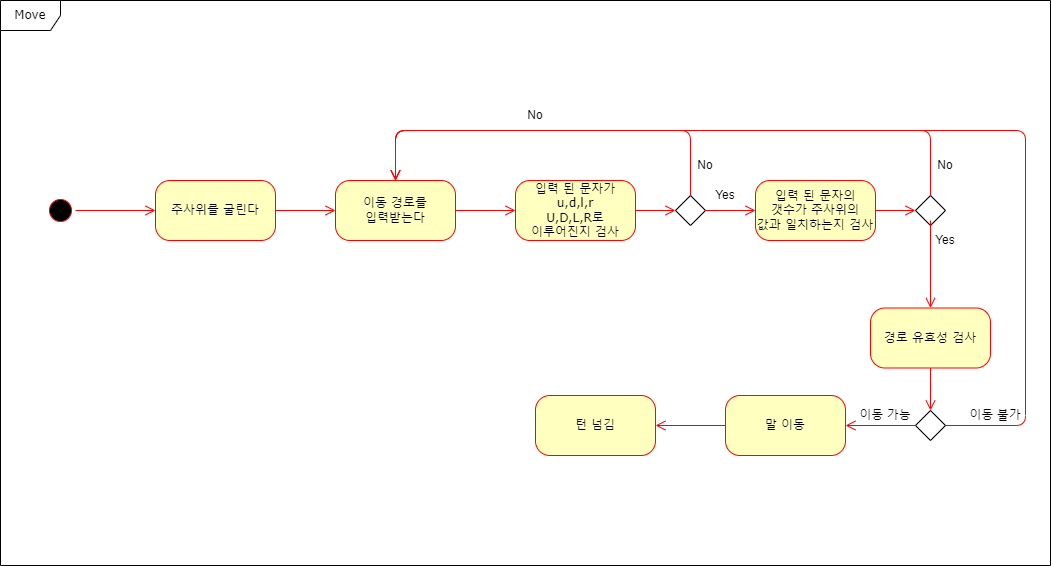
Before: diagram/액티비티다이어그램/Move.png, a diagram exported from draw.io (iGH01gi/SE_Term_Project). Source tidied: cells renumbered, new cells last; positions are measured from the earlier drawing's top-left corner, leaving out a move shared by most shapes. Source of this version:
```xml
<mxGraphModel>
  <root>
    <mxCell id="0" />
    <mxCell id="1" parent="0" />
    <mxCell id="2" value="Move" style="shape=umlFrame;whiteSpace=wrap;html=1;rounded=1;shadow=0;comic=0;labelBackgroundColor=none;strokeWidth=1;fontFamily=Verdana;fontSize=12;align=center;" parent="1" vertex="1">
      <mxGeometry width="1050" height="565" as="geometry" />
    </mxCell>
    <mxCell id="3" style="ellipse;html=1;shape=startState;fillColor=#000000;strokeColor=#ff0000;rounded=1;shadow=0;comic=0;labelBackgroundColor=none;fontFamily=Verdana;fontSize=12;fontColor=#000000;align=center;direction=south;" parent="1" vertex="1">
      <mxGeometry x="45" y="195" width="30" height="30" as="geometry" />
    </mxCell>
    <mxCell id="4" value="주사위를 굴린다" style="rounded=1;whiteSpace=wrap;html=1;arcSize=24;fillColor=#ffffc0;strokeColor=#ff0000;shadow=0;comic=0;labelBackgroundColor=none;fontFamily=Verdana;fontSize=12;fontColor=#000000;align=center;" parent="1" vertex="1">
      <mxGeometry x="155" y="180" width="120" height="60" as="geometry" />
    </mxCell>
    <mxCell id="5" value="이동 경로를&lt;br&gt;입력받는다" style="rounded=1;whiteSpace=wrap;html=1;arcSize=24;fillColor=#ffffc0;strokeColor=#ff0000;shadow=0;comic=0;labelBackgroundColor=none;fontFamily=Verdana;fontSize=12;fontColor=#000000;align=center;" parent="1" vertex="1">
      <mxGeometry x="335" y="180" width="120" height="60" as="geometry" />
    </mxCell>
    <mxCell id="6" style="edgeStyle=orthogonalEdgeStyle;html=1;labelBackgroundColor=none;endArrow=open;endSize=8;strokeColor=#ff0000;fontFamily=Verdana;fontSize=12;align=left;" parent="1" edge="1" source="3" target="4">
      <mxGeometry relative="1" as="geometry" />
    </mxCell>
    <mxCell id="7" style="edgeStyle=orthogonalEdgeStyle;html=1;exitX=1;exitY=0.5;labelBackgroundColor=none;endArrow=open;endSize=8;strokeColor=#ff0000;fontFamily=Verdana;fontSize=12;align=left;exitDx=0;exitDy=0;entryX=0;entryY=0.5;entryDx=0;entryDy=0;" parent="1" edge="1" source="4" target="5">
      <mxGeometry relative="1" as="geometry" />
    </mxCell>
    <mxCell id="8" style="edgeStyle=orthogonalEdgeStyle;html=1;labelBackgroundColor=none;endArrow=open;endSize=8;strokeColor=#ff0000;fontFamily=Verdana;fontSize=12;align=left;entryX=0;entryY=0.5;entryDx=0;entryDy=0;exitX=1;exitY=0.5;exitDx=0;exitDy=0;" parent="1" edge="1" source="5" target="9">
      <mxGeometry relative="1" as="geometry" />
    </mxCell>
    <mxCell id="9" value="입력 된 문자가&lt;br&gt;u,d,l,r&lt;br&gt;U,D,L,R로&lt;br&gt;이루어진지 검사" style="rounded=1;whiteSpace=wrap;html=1;arcSize=24;fillColor=#ffffc0;strokeColor=#ff0000;shadow=0;comic=0;labelBackgroundColor=none;fontFamily=Verdana;fontSize=12;fontColor=#000000;align=center;" parent="1" vertex="1">
      <mxGeometry x="515" y="180" width="120" height="60" as="geometry" />
    </mxCell>
    <mxCell id="10" style="edgeStyle=orthogonalEdgeStyle;html=1;labelBackgroundColor=none;endArrow=open;endSize=8;strokeColor=#ff0000;fontFamily=Verdana;fontSize=12;align=left;entryX=0;entryY=0.5;entryDx=0;entryDy=0;" parent="1" edge="1" target="11">
      <mxGeometry relative="1" as="geometry">
        <mxPoint x="635" y="210" as="sourcePoint" />
      </mxGeometry>
    </mxCell>
    <mxCell id="11" style="rhombus;whiteSpace=wrap;html=1;" parent="1" vertex="1">
      <mxGeometry x="675" y="195" width="30" height="30" as="geometry" />
    </mxCell>
    <mxCell id="12" style="edgeStyle=orthogonalEdgeStyle;html=1;labelBackgroundColor=none;endArrow=open;endSize=8;strokeColor=#ff0000;fontFamily=Verdana;fontSize=12;align=left;entryX=0.5;entryY=0;entryDx=0;entryDy=0;exitX=0.5;exitY=0;exitDx=0;exitDy=0;" parent="1" edge="1" source="11" target="5">
      <mxGeometry relative="1" as="geometry">
        <Array as="points">
          <mxPoint x="690" y="130" />
          <mxPoint x="395" y="130" />
        </Array>
      </mxGeometry>
    </mxCell>
    <mxCell id="13" value="No" style="text;html=1;strokeColor=none;fillColor=none;align=center;verticalAlign=middle;whiteSpace=wrap;rounded=0;" parent="1" vertex="1">
      <mxGeometry x="505" y="100" width="60" height="30" as="geometry" />
    </mxCell>
    <mxCell id="14" value="입력 된 문자의&lt;br&gt;갯수가 주사위의&lt;br&gt;값과 일치하는지 검사" style="rounded=1;whiteSpace=wrap;html=1;arcSize=24;fillColor=#ffffc0;strokeColor=#ff0000;shadow=0;comic=0;labelBackgroundColor=none;fontFamily=Verdana;fontSize=12;fontColor=#000000;align=center;" parent="1" vertex="1">
      <mxGeometry x="755" y="180" width="120" height="60" as="geometry" />
    </mxCell>
    <mxCell id="15" style="edgeStyle=orthogonalEdgeStyle;html=1;labelBackgroundColor=none;endArrow=open;endSize=8;strokeColor=#ff0000;fontFamily=Verdana;fontSize=12;align=left;entryX=0;entryY=0.5;entryDx=0;entryDy=0;" parent="1" edge="1" target="14">
      <mxGeometry relative="1" as="geometry">
        <mxPoint x="705" y="210" as="sourcePoint" />
      </mxGeometry>
    </mxCell>
    <mxCell id="16" value="Yes" style="text;html=1;strokeColor=none;fillColor=none;align=center;verticalAlign=middle;whiteSpace=wrap;rounded=0;" parent="1" vertex="1">
      <mxGeometry x="695" y="180" width="60" height="30" as="geometry" />
    </mxCell>
    <mxCell id="17" style="rhombus;whiteSpace=wrap;html=1;" parent="1" vertex="1">
      <mxGeometry x="915" y="195" width="30" height="30" as="geometry" />
    </mxCell>
    <mxCell id="18" style="edgeStyle=orthogonalEdgeStyle;html=1;labelBackgroundColor=none;endArrow=open;endSize=8;strokeColor=#ff0000;fontFamily=Verdana;fontSize=12;align=left;" parent="1" edge="1" target="17">
      <mxGeometry relative="1" as="geometry">
        <mxPoint x="875" y="210" as="sourcePoint" />
      </mxGeometry>
    </mxCell>
    <mxCell id="19" style="edgeStyle=orthogonalEdgeStyle;html=1;labelBackgroundColor=none;endArrow=open;endSize=8;strokeColor=#ff0000;fontFamily=Verdana;fontSize=12;align=left;entryX=0.5;entryY=0;entryDx=0;entryDy=0;exitX=0.5;exitY=0;exitDx=0;exitDy=0;" parent="1" edge="1" source="17" target="5">
      <mxGeometry relative="1" as="geometry">
        <Array as="points">
          <mxPoint x="930" y="130" />
          <mxPoint x="395" y="130" />
        </Array>
      </mxGeometry>
    </mxCell>
    <mxCell id="20" value="No" style="text;html=1;strokeColor=none;fillColor=none;align=center;verticalAlign=middle;whiteSpace=wrap;rounded=0;" parent="1" vertex="1">
      <mxGeometry x="915" y="150" width="60" height="30" as="geometry" />
    </mxCell>
    <mxCell id="21" value="경로 유효성 검사" style="rounded=1;whiteSpace=wrap;html=1;arcSize=24;fillColor=#ffffc0;strokeColor=#ff0000;shadow=0;comic=0;labelBackgroundColor=none;fontFamily=Verdana;fontSize=12;fontColor=#000000;align=center;" parent="1" vertex="1">
      <mxGeometry x="870" y="307.5" width="120" height="60" as="geometry" />
    </mxCell>
    <mxCell id="22" style="edgeStyle=orthogonalEdgeStyle;html=1;labelBackgroundColor=none;endArrow=open;endSize=8;strokeColor=#ff0000;fontFamily=Verdana;fontSize=12;align=left;entryX=0.5;entryY=0;entryDx=0;entryDy=0;" parent="1" edge="1" target="21">
      <mxGeometry relative="1" as="geometry">
        <mxPoint x="930" y="220" as="sourcePoint" />
      </mxGeometry>
    </mxCell>
    <mxCell id="23" value="Yes" style="text;html=1;strokeColor=none;fillColor=none;align=center;verticalAlign=middle;whiteSpace=wrap;rounded=0;" parent="1" vertex="1">
      <mxGeometry x="915" y="225" width="60" height="30" as="geometry" />
    </mxCell>
    <mxCell id="24" style="edgeStyle=orthogonalEdgeStyle;html=1;labelBackgroundColor=none;endArrow=open;endSize=8;strokeColor=#ff0000;fontFamily=Verdana;fontSize=12;align=left;exitX=1;exitY=0.5;exitDx=0;exitDy=0;" parent="1" edge="1" source="25">
      <mxGeometry relative="1" as="geometry">
        <mxPoint x="395" y="180" as="targetPoint" />
        <Array as="points">
          <mxPoint x="1025" y="425" />
          <mxPoint x="1025" y="130" />
          <mxPoint x="395" y="130" />
        </Array>
      </mxGeometry>
    </mxCell>
    <mxCell id="25" style="rhombus;whiteSpace=wrap;html=1;" parent="1" vertex="1">
      <mxGeometry x="915" y="410" width="30" height="30" as="geometry" />
    </mxCell>
    <mxCell id="26" style="edgeStyle=orthogonalEdgeStyle;html=1;labelBackgroundColor=none;endArrow=open;endSize=8;strokeColor=#ff0000;fontFamily=Verdana;fontSize=12;align=left;entryX=0.5;entryY=0;entryDx=0;entryDy=0;exitX=0.5;exitY=1;exitDx=0;exitDy=0;" parent="1" edge="1" source="21" target="25">
      <mxGeometry relative="1" as="geometry" />
    </mxCell>
    <mxCell id="27" value="No" style="text;html=1;strokeColor=none;fillColor=none;align=center;verticalAlign=middle;whiteSpace=wrap;rounded=0;" parent="1" vertex="1">
      <mxGeometry x="675" y="150" width="60" height="30" as="geometry" />
    </mxCell>
    <mxCell id="28" value="이동 불가" style="text;html=1;strokeColor=none;fillColor=none;align=center;verticalAlign=middle;whiteSpace=wrap;rounded=0;" parent="1" vertex="1">
      <mxGeometry x="965" y="400" width="60" height="30" as="geometry" />
    </mxCell>
    <mxCell id="29" value="말 이동" style="rounded=1;whiteSpace=wrap;html=1;arcSize=24;fillColor=#ffffc0;strokeColor=#ff0000;shadow=0;comic=0;labelBackgroundColor=none;fontFamily=Verdana;fontSize=12;fontColor=#000000;align=center;" parent="1" vertex="1">
      <mxGeometry x="725" y="395" width="120" height="60" as="geometry" />
    </mxCell>
    <mxCell id="30" style="edgeStyle=orthogonalEdgeStyle;html=1;labelBackgroundColor=none;endArrow=open;endSize=8;strokeColor=#ff0000;fontFamily=Verdana;fontSize=12;align=left;entryX=1;entryY=0.5;entryDx=0;entryDy=0;exitX=0;exitY=0.5;exitDx=0;exitDy=0;" parent="1" edge="1" source="25" target="29">
      <mxGeometry relative="1" as="geometry" />
    </mxCell>
    <mxCell id="31" value="이동 가능" style="text;html=1;strokeColor=none;fillColor=none;align=center;verticalAlign=middle;whiteSpace=wrap;rounded=0;" parent="1" vertex="1">
      <mxGeometry x="855" y="400" width="60" height="30" as="geometry" />
    </mxCell>
    <mxCell id="32" value="턴 넘김" style="rounded=1;whiteSpace=wrap;html=1;arcSize=24;fillColor=#ffffc0;strokeColor=#ff0000;shadow=0;comic=0;labelBackgroundColor=none;fontFamily=Verdana;fontSize=12;fontColor=#000000;align=center;" parent="1" vertex="1">
      <mxGeometry x="535" y="395" width="120" height="60" as="geometry" />
    </mxCell>
    <mxCell id="33" style="edgeStyle=orthogonalEdgeStyle;html=1;exitX=0;exitY=0.5;labelBackgroundColor=none;endArrow=open;endSize=8;strokeColor=#ff0000;fontFamily=Verdana;fontSize=12;align=left;exitDx=0;exitDy=0;entryX=1;entryY=0.5;entryDx=0;entryDy=0;" parent="1" edge="1" source="29" target="32">
      <mxGeometry relative="1" as="geometry" />
    </mxCell>
  </root>
</mxGraphModel>
```
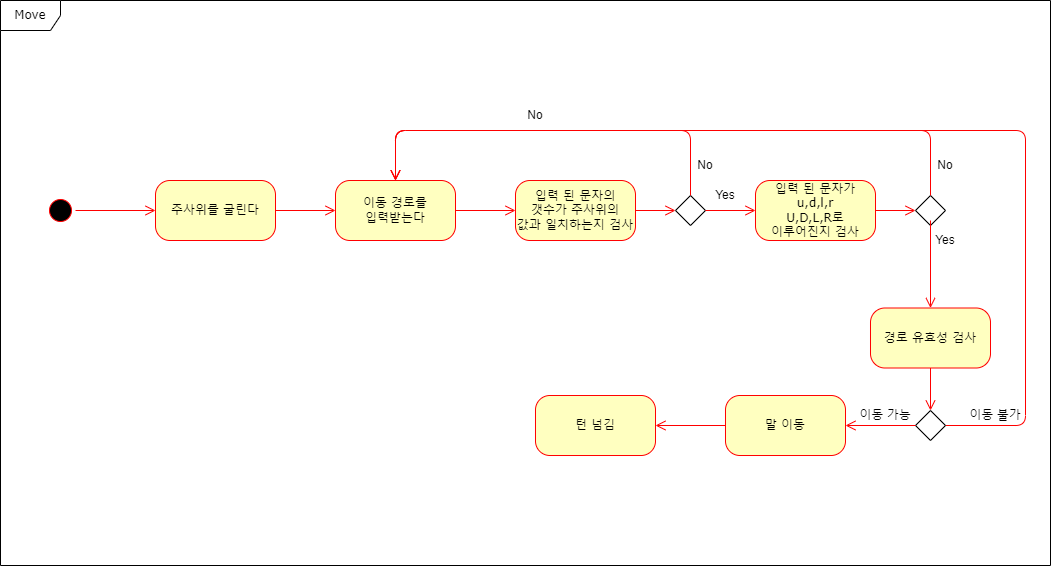
The same file after the commit.

Change to the diagram source:
```diff
@@ -23,7 +23,7 @@
     <mxCell id="8" style="edgeStyle=orthogonalEdgeStyle;html=1;labelBackgroundColor=none;endArrow=open;endSize=8;strokeColor=#ff0000;fontFamily=Verdana;fontSize=12;align=left;entryX=0;entryY=0.5;entryDx=0;entryDy=0;exitX=1;exitY=0.5;exitDx=0;exitDy=0;" parent="1" edge="1" source="5" target="9">
       <mxGeometry relative="1" as="geometry" />
     </mxCell>
-    <mxCell id="9" value="입력 된 문자가&lt;br&gt;u,d,l,r&lt;br&gt;U,D,L,R로&lt;br&gt;이루어진지 검사" style="rounded=1;whiteSpace=wrap;html=1;arcSize=24;fillColor=#ffffc0;strokeColor=#ff0000;shadow=0;comic=0;labelBackgroundColor=none;fontFamily=Verdana;fontSize=12;fontColor=#000000;align=center;" parent="1" vertex="1">
+    <mxCell id="9" value="&lt;div&gt;입력 된 문자의&lt;/div&gt;&lt;div&gt;갯수가 주사위의&lt;/div&gt;&lt;div&gt;값과 일치하는지 검사&lt;/div&gt;" style="rounded=1;whiteSpace=wrap;html=1;arcSize=24;fillColor=#ffffc0;strokeColor=#ff0000;shadow=0;comic=0;labelBackgroundColor=none;fontFamily=Verdana;fontSize=12;fontColor=#000000;align=center;" parent="1" vertex="1">
       <mxGeometry x="515" y="180" width="120" height="60" as="geometry" />
     </mxCell>
     <mxCell id="10" style="edgeStyle=orthogonalEdgeStyle;html=1;labelBackgroundColor=none;endArrow=open;endSize=8;strokeColor=#ff0000;fontFamily=Verdana;fontSize=12;align=left;entryX=0;entryY=0.5;entryDx=0;entryDy=0;" parent="1" edge="1" target="11">
@@ -45,7 +45,7 @@
     <mxCell id="13" value="No" style="text;html=1;strokeColor=none;fillColor=none;align=center;verticalAlign=middle;whiteSpace=wrap;rounded=0;" parent="1" vertex="1">
       <mxGeometry x="505" y="100" width="60" height="30" as="geometry" />
     </mxCell>
-    <mxCell id="14" value="입력 된 문자의&lt;br&gt;갯수가 주사위의&lt;br&gt;값과 일치하는지 검사" style="rounded=1;whiteSpace=wrap;html=1;arcSize=24;fillColor=#ffffc0;strokeColor=#ff0000;shadow=0;comic=0;labelBackgroundColor=none;fontFamily=Verdana;fontSize=12;fontColor=#000000;align=center;" parent="1" vertex="1">
+    <mxCell id="14" value="입력 된 문자가&lt;br&gt;u,d,l,r&lt;br&gt;U,D,L,R로&lt;br&gt;이루어진지 검사" style="rounded=1;whiteSpace=wrap;html=1;arcSize=24;fillColor=#ffffc0;strokeColor=#ff0000;shadow=0;comic=0;labelBackgroundColor=none;fontFamily=Verdana;fontSize=12;fontColor=#000000;align=center;" parent="1" vertex="1">
       <mxGeometry x="755" y="180" width="120" height="60" as="geometry" />
     </mxCell>
     <mxCell id="15" style="edgeStyle=orthogonalEdgeStyle;html=1;labelBackgroundColor=none;endArrow=open;endSize=8;strokeColor=#ff0000;fontFamily=Verdana;fontSize=12;align=left;entryX=0;entryY=0.5;entryDx=0;entryDy=0;" parent="1" edge="1" target="14">
```
